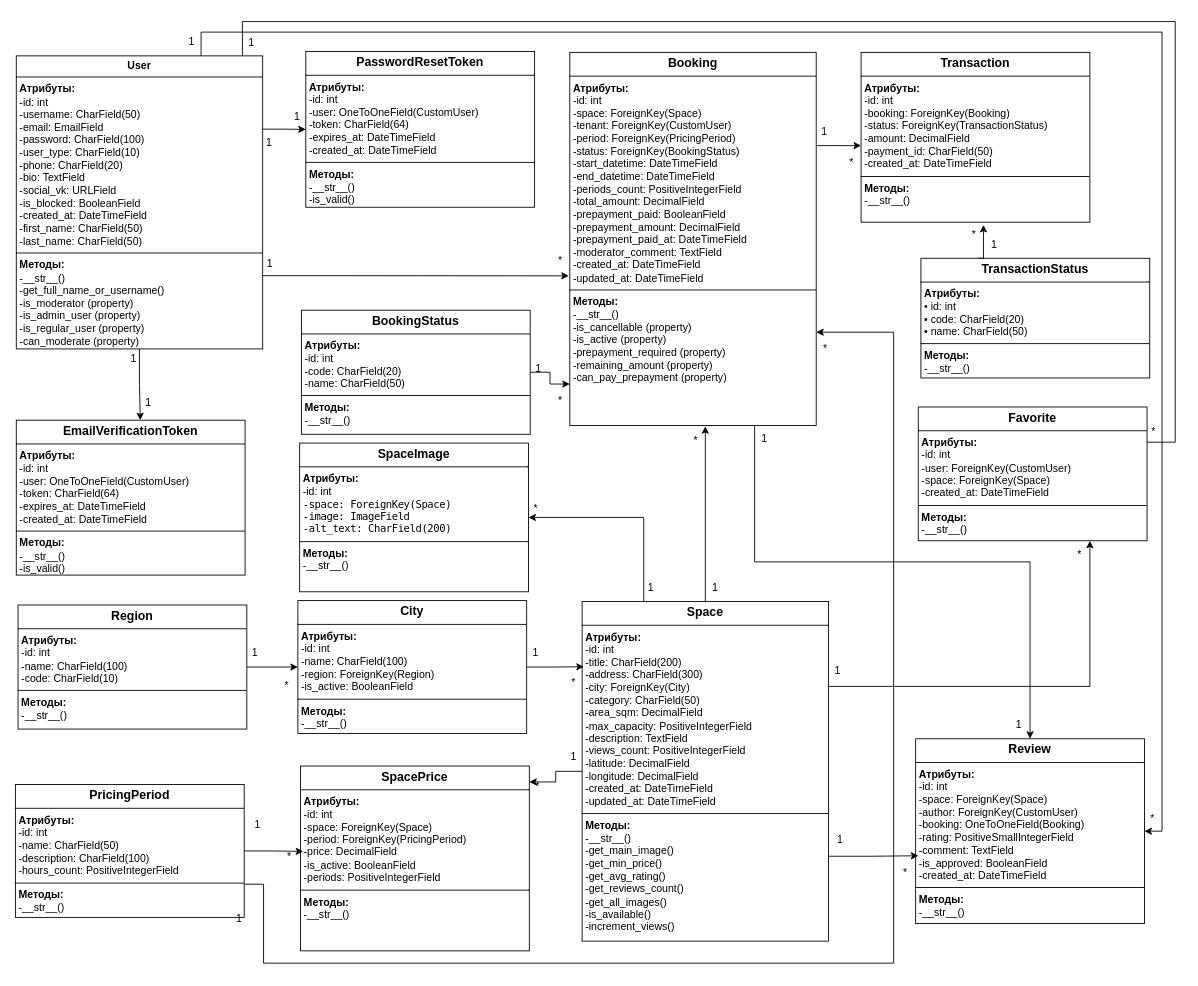
Earlier version of the draw.io diagram Курсовая 2025/Диаграммы/Диаграмма классов.drawio (Honeysuckle52/interior). Source tidied: cells renumbered, new cells numbered last; positions are measured from the earlier drawing's top-left corner, leaving out a move shared by most shapes. Both pictures are drawn from the tidied source at 88%, with x=0, y=0 at pixel (15, 21).
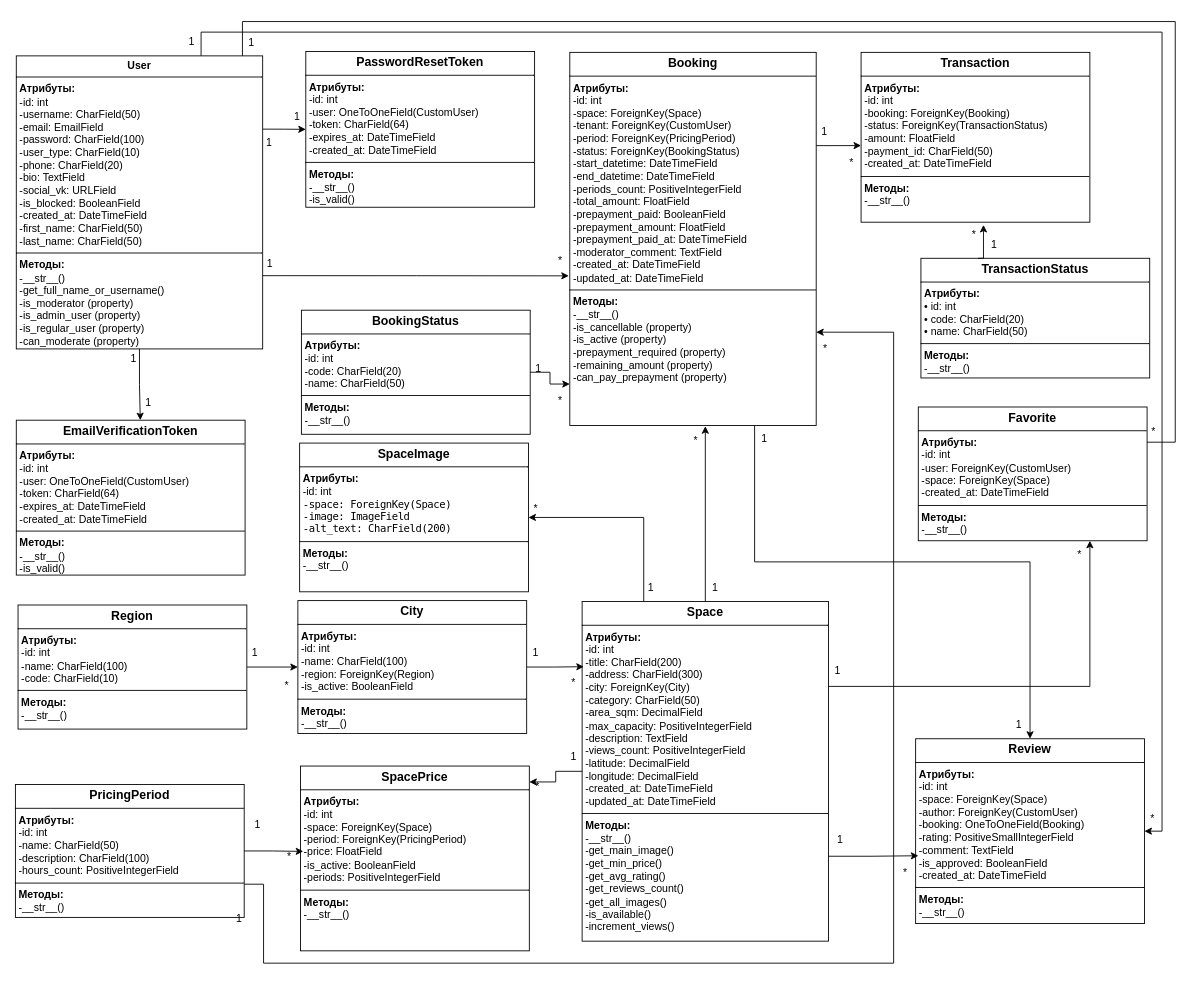
After the change.

The edit, as a diff of the source:
```diff
@@
-    <mxCell id="15" value="&lt;p style=&quot;margin:0px;margin-top:4px;text-align:center;&quot;&gt;&lt;b style=&quot;text-align: left; font-size: 14px;&quot;&gt;Transaction&lt;/b&gt;&lt;/p&gt;&lt;hr size=&quot;1&quot; style=&quot;border-style:solid;&quot;&gt;&lt;p style=&quot;margin:0px;margin-left:4px;&quot;&gt;&lt;b&gt;Атрибуты:&lt;/b&gt;&lt;br&gt;-id: int&lt;br&gt;-booking: ForeignKey(Booking)&lt;br&gt;-status: ForeignKey(TransactionStatus)&lt;br&gt;-amount: DecimalField&lt;br&gt;-payment_id: CharField(50)&lt;br&gt;-created_at: DateTimeField&lt;/p&gt;&lt;hr size=&quot;1&quot; style=&quot;border-style:solid;&quot;&gt;&lt;p style=&quot;margin:0px;margin-left:4px;&quot;&gt;&lt;b&gt;Методы:&lt;/b&gt;&lt;/p&gt;&lt;p style=&quot;margin:0px;margin-left:4px;&quot;&gt;-__str__()&lt;br&gt;&lt;br&gt;&lt;/p&gt;" style="verticalAlign=top;align=left;overflow=fill;html=1;whiteSpace=wrap;" parent="1" vertex="1">
+    <mxCell id="15" value="&lt;p style=&quot;margin:0px;margin-top:4px;text-align:center;&quot;&gt;&lt;b style=&quot;text-align: left; font-size: 14px;&quot;&gt;Transaction&lt;/b&gt;&lt;/p&gt;&lt;hr size=&quot;1&quot; style=&quot;border-style:solid;&quot;&gt;&lt;p style=&quot;margin:0px;margin-left:4px;&quot;&gt;&lt;b&gt;Атрибуты:&lt;/b&gt;&lt;br&gt;-id: int&lt;br&gt;-booking: ForeignKey(Booking)&lt;br&gt;-status: ForeignKey(TransactionStatus)&lt;br&gt;-amount: FloatField&lt;br&gt;-payment_id: CharField(50)&lt;br&gt;-created_at: DateTimeField&lt;/p&gt;&lt;hr size=&quot;1&quot; style=&quot;border-style:solid;&quot;&gt;&lt;p style=&quot;margin:0px;margin-left:4px;&quot;&gt;&lt;b&gt;Методы:&lt;/b&gt;&lt;/p&gt;&lt;p style=&quot;margin:0px;margin-left:4px;&quot;&gt;-__str__()&lt;br&gt;&lt;br&gt;&lt;/p&gt;" style="verticalAlign=top;align=left;overflow=fill;html=1;whiteSpace=wrap;" parent="1" vertex="1">
       <mxGeometry x="961" y="35" width="260" height="193" as="geometry" />
     </mxCell>
@@
-    <mxCell id="19" value="&lt;p style=&quot;margin:0px;margin-top:4px;text-align:center;&quot;&gt;&lt;b style=&quot;text-align: left; font-size: 14px;&quot;&gt;SpacePrice&lt;/b&gt;&lt;/p&gt;&lt;hr size=&quot;1&quot; style=&quot;border-style:solid;&quot;&gt;&lt;p style=&quot;margin:0px;margin-left:4px;&quot;&gt;&lt;b&gt;Атрибуты:&lt;/b&gt;&lt;br&gt;-id: int&lt;br&gt;-space: ForeignKey(Space)&lt;br&gt;-period: ForeignKey(PricingPeriod)&lt;br&gt;-price: DecimalField&lt;br&gt;-is_active: BooleanField&lt;br&gt;-periods: PositiveIntegerField&lt;br&gt;&lt;/p&gt;&lt;hr size=&quot;1&quot; style=&quot;border-style:solid;&quot;&gt;&lt;p style=&quot;margin:0px;margin-left:4px;&quot;&gt;&lt;b&gt;Методы:&lt;/b&gt;&lt;/p&gt;&lt;p style=&quot;margin:0px;margin-left:4px;&quot;&gt;-__str__()&lt;br&gt;&lt;br&gt;&lt;/p&gt;" style="verticalAlign=top;align=left;overflow=fill;html=1;whiteSpace=wrap;" parent="1" vertex="1">
+    <mxCell id="19" value="&lt;p style=&quot;margin:0px;margin-top:4px;text-align:center;&quot;&gt;&lt;b style=&quot;text-align: left; font-size: 14px;&quot;&gt;SpacePrice&lt;/b&gt;&lt;/p&gt;&lt;hr size=&quot;1&quot; style=&quot;border-style:solid;&quot;&gt;&lt;p style=&quot;margin:0px;margin-left:4px;&quot;&gt;&lt;b&gt;Атрибуты:&lt;/b&gt;&lt;br&gt;-id: int&lt;br&gt;-space: ForeignKey(Space)&lt;br&gt;-period: ForeignKey(PricingPeriod)&lt;br&gt;-price: FloatField&lt;br&gt;-is_active: BooleanField&lt;br&gt;-periods: PositiveIntegerField&lt;br&gt;&lt;/p&gt;&lt;hr size=&quot;1&quot; style=&quot;border-style:solid;&quot;&gt;&lt;p style=&quot;margin:0px;margin-left:4px;&quot;&gt;&lt;b&gt;Методы:&lt;/b&gt;&lt;/p&gt;&lt;p style=&quot;margin:0px;margin-left:4px;&quot;&gt;-__str__()&lt;br&gt;&lt;br&gt;&lt;/p&gt;" style="verticalAlign=top;align=left;overflow=fill;html=1;whiteSpace=wrap;" parent="1" vertex="1">
       <mxGeometry x="324" y="846" width="260" height="210" as="geometry" />
     </mxCell>
@@
-    <mxCell id="24" value="&lt;p style=&quot;margin:0px;margin-top:4px;text-align:center;&quot;&gt;&lt;b style=&quot;text-align: left; font-size: 14px;&quot;&gt;Booking&lt;/b&gt;&lt;/p&gt;&lt;hr size=&quot;1&quot; style=&quot;border-style:solid;&quot;&gt;&lt;p style=&quot;margin:0px;margin-left:4px;&quot;&gt;&lt;b&gt;Атрибуты:&lt;/b&gt;&lt;br&gt;-id: int&lt;br&gt;-space: ForeignKey(Space)&lt;br&gt;-tenant: ForeignKey(CustomUser)&lt;br&gt;-period: ForeignKey(PricingPeriod)&lt;br&gt;-status: ForeignKey(BookingStatus)&lt;br&gt;-start_datetime: DateTimeField&lt;br&gt;-end_datetime: DateTimeField&lt;br&gt;-periods_count: PositiveIntegerField&lt;br&gt;-total_amount: DecimalField&lt;br&gt;-prepayment_paid: BooleanField&lt;br&gt;-prepayment_amount: DecimalField&lt;br&gt;-prepayment_paid_at: DateTimeField&lt;br&gt;-moderator_comment: TextField&lt;br&gt;-created_at: DateTimeField&lt;br&gt;-updated_at: DateTimeField&lt;/p&gt;&lt;hr size=&quot;1&quot; style=&quot;border-style:solid;&quot;&gt;&lt;p style=&quot;margin:0px;margin-left:4px;&quot;&gt;&lt;b&gt;Методы:&lt;/b&gt;&lt;br&gt;-__str__()&lt;br&gt;-is_cancellable (property)&lt;br&gt;-is_active (property)&lt;br&gt;-prepayment_required (property)&lt;br&gt;-remaining_amount (property)&lt;br&gt;-can_pay_prepayment (property)&lt;/p&gt;" style="verticalAlign=top;align=left;overflow=fill;html=1;whiteSpace=wrap;" parent="1" vertex="1">
+    <mxCell id="24" value="&lt;p style=&quot;margin:0px;margin-top:4px;text-align:center;&quot;&gt;&lt;b style=&quot;text-align: left; font-size: 14px;&quot;&gt;Booking&lt;/b&gt;&lt;/p&gt;&lt;hr size=&quot;1&quot; style=&quot;border-style:solid;&quot;&gt;&lt;p style=&quot;margin:0px;margin-left:4px;&quot;&gt;&lt;b&gt;Атрибуты:&lt;/b&gt;&lt;br&gt;-id: int&lt;br&gt;-space: ForeignKey(Space)&lt;br&gt;-tenant: ForeignKey(CustomUser)&lt;br&gt;-period: ForeignKey(PricingPeriod)&lt;br&gt;-status: ForeignKey(BookingStatus)&lt;br&gt;-start_datetime: DateTimeField&lt;br&gt;-end_datetime: DateTimeField&lt;br&gt;-periods_count: PositiveIntegerField&lt;br&gt;-total_amount: FloatField&lt;br&gt;-prepayment_paid: BooleanField&lt;br&gt;-prepayment_amount: FloatField&lt;br&gt;-prepayment_paid_at: DateTimeField&lt;br&gt;-moderator_comment: TextField&lt;br&gt;-created_at: DateTimeField&lt;br&gt;-updated_at: DateTimeField&lt;/p&gt;&lt;hr size=&quot;1&quot; style=&quot;border-style:solid;&quot;&gt;&lt;p style=&quot;margin:0px;margin-left:4px;&quot;&gt;&lt;b&gt;Методы:&lt;/b&gt;&lt;br&gt;-__str__()&lt;br&gt;-is_cancellable (property)&lt;br&gt;-is_active (property)&lt;br&gt;-prepayment_required (property)&lt;br&gt;-remaining_amount (property)&lt;br&gt;-can_pay_prepayment (property)&lt;/p&gt;" style="verticalAlign=top;align=left;overflow=fill;html=1;whiteSpace=wrap;" parent="1" vertex="1">
       <mxGeometry x="630" y="35" width="280" height="424" as="geometry" />
     </mxCell>
```
